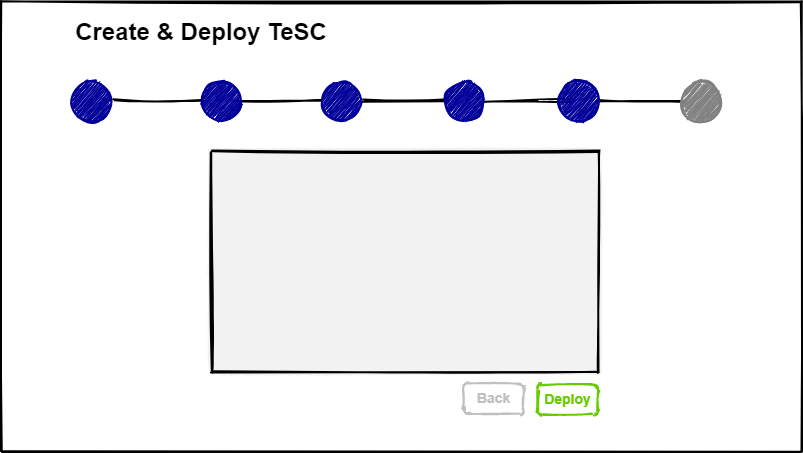
Before: src/landingPage/assets/images/deploy.png, a diagram exported from draw.io (TeSC-app/TeSC-Frontend-New). Source tidied: cells renumbered, new cells last; positions are measured from the earlier drawing's top-left corner, leaving out a move shared by most shapes.
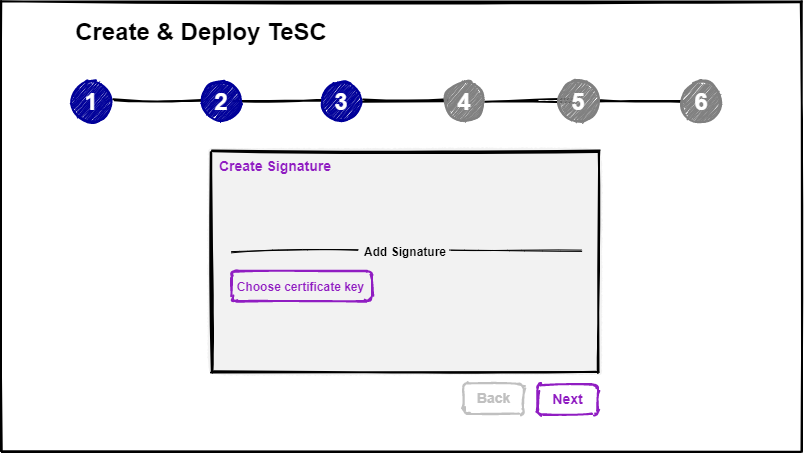
After the change.

Commit message:
Landing page images changes

Diff of the diagram source:
```diff
@@ -29,13 +29,13 @@
     <mxCell id="6" style="whiteSpace=wrap;html=1;strokeWidth=2;fillWeight=4;hachureGap=0;hachureAngle=45;fillColor=#F2F2F2;sketch=1;rotation=-180;" parent="1" vertex="1">
       <mxGeometry x="210" y="150" width="387" height="220" as="geometry" />
     </mxCell>
-    <mxCell id="7" style="rounded=1;whiteSpace=wrap;html=1;strokeWidth=2;fillWeight=4;hachureGap=0;hachureAngle=45;sketch=1;rotation=-180;strokeColor=#66CC00;" parent="1" vertex="1">
+    <mxCell id="7" style="rounded=1;whiteSpace=wrap;html=1;strokeWidth=2;fillWeight=4;hachureGap=0;hachureAngle=45;sketch=1;rotation=-180;strokeColor=#901dc2;" parent="1" vertex="1">
       <mxGeometry x="536" y="383" width="60" height="30" as="geometry" />
     </mxCell>
     <mxCell id="8" value="&lt;font style=&quot;font-size: 24px&quot;&gt;&lt;b&gt;Create &amp;amp; Deploy TeSC&lt;/b&gt;&lt;/font&gt;" style="text;html=1;strokeColor=none;fillColor=none;align=center;verticalAlign=middle;whiteSpace=wrap;rounded=0;" parent="1" vertex="1">
       <mxGeometry x="70" y="20" width="260" height="20" as="geometry" />
     </mxCell>
-    <mxCell id="9" value="&lt;font style=&quot;font-size: 14px&quot; color=&quot;#66cc00&quot;&gt;&lt;b&gt;Deploy&lt;/b&gt;&lt;/font&gt;" style="text;html=1;strokeColor=none;fillColor=none;align=center;verticalAlign=middle;whiteSpace=wrap;rounded=0;" parent="1" vertex="1">
+    <mxCell id="9" value="&lt;font style=&quot;font-size: 14px&quot; color=&quot;#901dc2&quot;&gt;&lt;b&gt;Next&lt;/b&gt;&lt;/font&gt;" style="text;html=1;strokeColor=none;fillColor=none;align=center;verticalAlign=middle;whiteSpace=wrap;rounded=0;" parent="1" vertex="1">
       <mxGeometry x="534" y="387" width="65" height="20" as="geometry" />
     </mxCell>
     <mxCell id="10" style="endArrow=none;html=1;strokeWidth=2;sketch=1;" parent="1" edge="1">
@@ -68,7 +68,7 @@
         <mxPoint x="681.5" y="99.5" as="targetPoint" />
       </mxGeometry>
     </mxCell>
-    <mxCell id="15" style="verticalLabelPosition=bottom;verticalAlign=top;html=1;shape=mxgraph.flowchart.on-page_reference;sketch=1;strokeWidth=2;strokeColor=#000099;hachureGap=1;fillColor=#000099;" parent="1" vertex="1">
+    <mxCell id="15" style="verticalLabelPosition=bottom;verticalAlign=top;html=1;shape=mxgraph.flowchart.on-page_reference;sketch=1;strokeWidth=2;strokeColor=#808080;hachureGap=1;fillColor=#808080;" parent="1" vertex="1">
       <mxGeometry x="443" y="80" width="40" height="40" as="geometry" />
     </mxCell>
     <mxCell id="16" style="verticalLabelPosition=bottom;verticalAlign=top;html=1;shape=mxgraph.flowchart.on-page_reference;sketch=1;strokeWidth=2;strokeColor=#000099;hachureGap=1;fillColor=#000099;" parent="1" vertex="1">
@@ -80,7 +80,7 @@
     <mxCell id="18" style="verticalLabelPosition=bottom;verticalAlign=top;html=1;shape=mxgraph.flowchart.on-page_reference;sketch=1;strokeWidth=2;strokeColor=#000099;hachureGap=1;fillColor=#000099;" parent="1" vertex="1">
       <mxGeometry x="70" y="80" width="40" height="40" as="geometry" />
     </mxCell>
-    <mxCell id="19" style="verticalLabelPosition=bottom;verticalAlign=top;html=1;shape=mxgraph.flowchart.on-page_reference;sketch=1;strokeWidth=2;strokeColor=#000099;hachureGap=1;fillColor=#000099;" parent="1" vertex="1">
+    <mxCell id="19" style="verticalLabelPosition=bottom;verticalAlign=top;html=1;shape=mxgraph.flowchart.on-page_reference;sketch=1;strokeWidth=2;strokeColor=#808080;hachureGap=1;fillColor=#808080;" parent="1" vertex="1">
       <mxGeometry x="557" y="80" width="40" height="40" as="geometry" />
     </mxCell>
     <mxCell id="20" style="verticalLabelPosition=bottom;verticalAlign=top;html=1;shape=mxgraph.flowchart.on-page_reference;sketch=1;strokeWidth=2;strokeColor=#808080;hachureGap=1;fillColor=#808080;" parent="1" vertex="1">
@@ -92,5 +92,45 @@
     <mxCell id="22" value="&lt;font style=&quot;font-size: 14px&quot; color=&quot;#c0c0c0&quot;&gt;&lt;b&gt;Back&lt;/b&gt;&lt;/font&gt;" style="text;html=1;strokeColor=none;fillColor=none;align=center;verticalAlign=middle;whiteSpace=wrap;rounded=0;" parent="1" vertex="1">
       <mxGeometry x="460" y="386" width="65" height="20" as="geometry" />
     </mxCell>
+    <mxCell id="23" value="&lt;font style=&quot;font-size: 24px&quot; color=&quot;#ffffff&quot;&gt;&lt;b&gt;1&lt;/b&gt;&lt;/font&gt;" style="text;html=1;strokeColor=none;fillColor=none;align=center;verticalAlign=middle;whiteSpace=wrap;rounded=0;" parent="1" vertex="1">
+      <mxGeometry x="60" y="90" width="60" height="20" as="geometry" />
+    </mxCell>
+    <mxCell id="24" value="&lt;font style=&quot;font-size: 24px&quot; color=&quot;#ffffff&quot;&gt;&lt;b&gt;2&lt;/b&gt;&lt;/font&gt;&lt;span style=&quot;color: rgba(0 , 0 , 0 , 0) ; font-family: monospace ; font-size: 0px&quot;&gt;%3CmxGraphModel%3E%3Croot%3E%3CmxCell%20id%3D%220%22%2F%3E%3CmxCell%20id%3D%221%22%20parent%3D%220%22%2F%3E%3CmxCell%20id%3D%222%22%20value%3D%22%26lt%3Bfont%20style%3D%26quot%3Bfont-size%3A%2024px%26quot%3B%20color%3D%26quot%3B%23ffffff%26quot%3B%26gt%3B%26lt%3Bb%26gt%3B1%26lt%3B%2Fb%26gt%3B%26lt%3B%2Ffont%26gt%3B%22%20style%3D%22text%3Bhtml%3D1%3BstrokeColor%3Dnone%3BfillColor%3Dnone%3Balign%3Dcenter%3BverticalAlign%3Dmiddle%3BwhiteSpace%3Dwrap%3Brounded%3D0%3B%22%20vertex%3D%221%22%20parent%3D%221%22%3E%3CmxGeometry%20x%3D%2260%22%20y%3D%2290%22%20width%3D%2260%22%20height%3D%2220%22%20as%3D%22geometry%22%2F%3E%3C%2FmxCell%3E%3C%2Froot%3E%3C%2FmxGraphModel%3E&lt;/span&gt;" style="text;html=1;strokeColor=none;fillColor=none;align=center;verticalAlign=middle;whiteSpace=wrap;rounded=0;" parent="1" vertex="1">
+      <mxGeometry x="190" y="90" width="60" height="20" as="geometry" />
+    </mxCell>
+    <mxCell id="25" value="&lt;font style=&quot;font-size: 24px&quot; color=&quot;#ffffff&quot;&gt;&lt;b&gt;3&lt;/b&gt;&lt;/font&gt;&lt;span style=&quot;color: rgba(0 , 0 , 0 , 0) ; font-family: monospace ; font-size: 0px&quot;&gt;%3CmxGraphModel%3E%3Croot%3E%3CmxCell%20id%3D%220%22%2F%3E%3CmxCell%20id%3D%221%22%20parent%3D%220%22%2F%3E%3CmxCell%20id%3D%222%22%20value%3D%22%26lt%3Bfont%20style%3D%26quot%3Bfont-size%3A%2024px%26quot%3B%20color%3D%26quot%3B%23ffffff%26quot%3B%26gt%3B%26lt%3Bb%26gt%3B1%26lt%3B%2Fb%26gt%3B%26lt%3B%2Ffont%26gt%3B%22%20style%3D%22text%3Bhtml%3D1%3BstrokeColor%3Dnone%3BfillColor%3Dnone%3Balign%3Dcenter%3BverticalAlign%3Dmiddle%3BwhiteSpace%3Dwrap%3Brounded%3D0%3B%22%20vertex%3D%221%22%20parent%3D%221%22%3E%3CmxGeometry%20x%3D%2260%22%20y%3D%2290%22%20width%3D%2260%22%20height%3D%2220%22%20as%3D%22geometry%22%2F%3E%3C%2FmxCell%3E%3C%2Froot%3E%3C%2FmxGraphModel%3E&lt;/span&gt;" style="text;html=1;strokeColor=none;fillColor=none;align=center;verticalAlign=middle;whiteSpace=wrap;rounded=0;" parent="1" vertex="1">
+      <mxGeometry x="310" y="90" width="60" height="20" as="geometry" />
+    </mxCell>
+    <mxCell id="26" value="&lt;font style=&quot;font-size: 24px&quot; color=&quot;#ffffff&quot;&gt;&lt;b&gt;4&lt;/b&gt;&lt;/font&gt;" style="text;html=1;strokeColor=none;fillColor=none;align=center;verticalAlign=middle;whiteSpace=wrap;rounded=0;" parent="1" vertex="1">
+      <mxGeometry x="433" y="90" width="60" height="20" as="geometry" />
+    </mxCell>
+    <mxCell id="27" value="&lt;font style=&quot;font-size: 24px&quot; color=&quot;#ffffff&quot;&gt;&lt;b&gt;5&lt;/b&gt;&lt;/font&gt;" style="text;html=1;strokeColor=none;fillColor=none;align=center;verticalAlign=middle;whiteSpace=wrap;rounded=0;" parent="1" vertex="1">
+      <mxGeometry x="547" y="90" width="60" height="20" as="geometry" />
+    </mxCell>
+    <mxCell id="28" value="&lt;font style=&quot;font-size: 24px&quot; color=&quot;#ffffff&quot;&gt;&lt;b&gt;6&lt;/b&gt;&lt;/font&gt;" style="text;html=1;strokeColor=none;fillColor=none;align=center;verticalAlign=middle;whiteSpace=wrap;rounded=0;" parent="1" vertex="1">
+      <mxGeometry x="670" y="90" width="60" height="20" as="geometry" />
+    </mxCell>
+    <mxCell id="29" value="&lt;font style=&quot;font-size: 14px&quot; color=&quot;#901dc2&quot;&gt;&lt;b&gt;Create Signature&lt;/b&gt;&lt;/font&gt;" style="text;html=1;strokeColor=none;fillColor=none;align=center;verticalAlign=middle;whiteSpace=wrap;rounded=0;" parent="1" vertex="1">
+      <mxGeometry x="204" y="154" width="140" height="20" as="geometry" />
+    </mxCell>
+    <mxCell id="30" value="&lt;font style=&quot;font-size: 12px&quot;&gt;&lt;b&gt;Add Signature&lt;/b&gt;&lt;/font&gt;" style="text;html=1;strokeColor=none;fillColor=none;align=center;verticalAlign=middle;whiteSpace=wrap;rounded=0;" parent="1" vertex="1">
+      <mxGeometry x="333.5" y="240" width="140" height="20" as="geometry" />
+    </mxCell>
+    <mxCell id="31" style="endArrow=none;html=1;strokeWidth=1;sketch=1;exitX=0.948;exitY=0.548;exitDx=0;exitDy=0;exitPerimeter=0;" parent="1" edge="1" source="6">
+      <mxGeometry relative="1" as="geometry">
+        <mxPoint x="356.5" y="249.5" as="targetPoint" />
+      </mxGeometry>
+    </mxCell>
+    <mxCell id="32" style="endArrow=none;html=1;strokeWidth=1;sketch=1;entryX=0.044;entryY=0.548;entryDx=0;entryDy=0;entryPerimeter=0;" parent="1" edge="1" target="6">
+      <mxGeometry relative="1" as="geometry">
+        <mxPoint x="449" y="249.5" as="sourcePoint" />
+      </mxGeometry>
+    </mxCell>
+    <mxCell id="33" style="rounded=1;whiteSpace=wrap;html=1;strokeWidth=2;fillWeight=4;hachureGap=0;hachureAngle=45;sketch=1;rotation=-180;strokeColor=#901dc2;fillColor=#F2F2F2;" parent="1" vertex="1">
+      <mxGeometry x="230" y="270" width="140" height="30" as="geometry" />
+    </mxCell>
+    <mxCell id="34" value="&lt;font style=&quot;font-size: 12px&quot; color=&quot;#901dc2&quot;&gt;&lt;b&gt;Choose certificate key&lt;/b&gt;&lt;/font&gt;" style="text;html=1;strokeColor=none;fillColor=none;align=center;verticalAlign=middle;whiteSpace=wrap;rounded=0;" parent="1" vertex="1">
+      <mxGeometry x="212" y="275" width="175" height="20" as="geometry" />
+    </mxCell>
   </root>
 </mxGraphModel>
```
